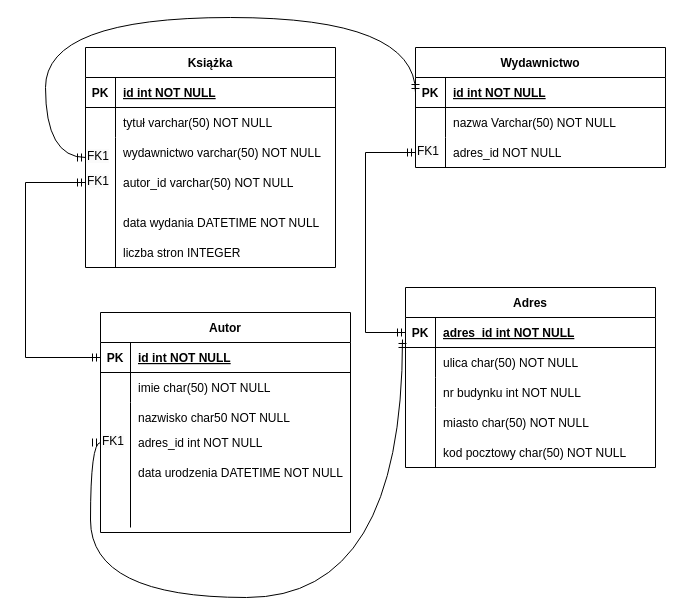
Above: lab01/Zad1.drawio in s26971/rbd_lab_tasks (draw.io), before the change. Source tidied: cells renumbered, new cells numbered last; positions are measured from the earlier drawing's top-left corner, leaving out a move shared by most shapes. Both pictures are drawn from the tidied source at 100%, with x=0, y=0 at pixel (25, 17).
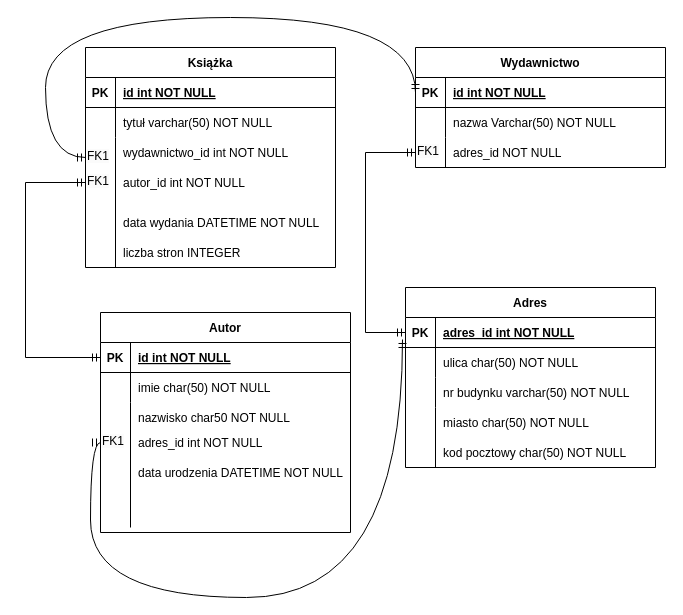
The same page after the edit.

Unchanged cells that the change refers to:
```xml
<mxCell id="3" style="shape=partialRectangle;fillColor=none;points=[[0,0.5],[1,0.5]];portConstraint=eastwest;top=0;left=0;right=0;bottom=1;" parent="2" vertex="1">
  <mxGeometry y="30" width="250" height="30" as="geometry" />
</mxCell>
<mxCell id="13" style="shape=partialRectangle;fillColor=none;points=[[0,0.5],[1,0.5]];portConstraint=eastwest;top=0;left=0;right=0;bottom=1;" parent="12" vertex="1">
  <mxGeometry y="30" width="250" height="30" as="geometry" />
</mxCell>
<mxCell id="42" style="shape=partialRectangle;fillColor=none;top=0;left=0;right=0;bottom=0;" parent="35" vertex="1">
  <mxGeometry y="90" width="250" height="30" as="geometry" />
</mxCell>
<mxCell id="56" value="&lt;span style=&quot;color: rgb(0, 0, 0); font-family: Helvetica; font-size: 12px; font-style: normal; font-variant-ligatures: normal; font-variant-caps: normal; font-weight: 400; letter-spacing: normal; orphans: 2; text-align: center; text-indent: 0px; text-transform: none; widows: 2; word-spacing: 0px; -webkit-text-stroke-width: 0px; background-color: rgb(251, 251, 251); text-decoration-thickness: initial; text-decoration-style: initial; text-decoration-color: initial; float: none; display: inline !important;&quot;&gt;FK1&lt;/span&gt;" style="text;whiteSpace=wrap;html=1;" parent="1" vertex="1">
  <mxGeometry x="60" y="125" width="30" height="30" as="geometry" />
</mxCell>
```

Change to the diagram source:
```diff
@@
-    <mxCell id="29" value="wydawnictwo varchar(50) NOT NULL" style="shape=partialRectangle;overflow=hidden;fillColor=none;top=0;left=0;bottom=0;right=0;align=left;spacingLeft=6;" parent="1" vertex="1">
+    <mxCell id="29" value="wydawnictwo_id int NOT NULL" style="shape=partialRectangle;overflow=hidden;fillColor=none;top=0;left=0;bottom=0;right=0;align=left;spacingLeft=6;" parent="1" vertex="1">
       <mxGeometry x="90" y="120" width="220" height="30" as="geometry" />
     </mxCell>
-    <mxCell id="30" value="autor_id varchar(50) NOT NULL" style="shape=partialRectangle;overflow=hidden;fillColor=none;top=0;left=0;bottom=0;right=0;align=left;spacingLeft=6;" parent="1" vertex="1">
+    <mxCell id="30" value="autor_id int NOT NULL" style="shape=partialRectangle;overflow=hidden;fillColor=none;top=0;left=0;bottom=0;right=0;align=left;spacingLeft=6;" parent="1" vertex="1">
       <mxGeometry x="90" y="150" width="220" height="30" as="geometry" />
     </mxCell>
@@
-    <mxCell id="44" value="nr budynku int NOT NULL" style="shape=partialRectangle;overflow=hidden;fillColor=none;top=0;left=0;bottom=0;right=0;align=left;spacingLeft=6;" parent="42" vertex="1">
+    <mxCell id="44" value="nr budynku varchar(50) NOT NULL" style="shape=partialRectangle;overflow=hidden;fillColor=none;top=0;left=0;bottom=0;right=0;align=left;spacingLeft=6;" parent="42" vertex="1">
       <mxGeometry x="30" width="220" height="30" as="geometry" />
     </mxCell>
@@
-    <mxCell id="50" value="&lt;span style=&quot;color: rgb(0, 0, 0); font-family: Helvetica; font-size: 12px; font-style: normal; font-variant-ligatures: normal; font-variant-caps: normal; font-weight: 400; letter-spacing: normal; orphans: 2; text-align: center; text-indent: 0px; text-transform: none; widows: 2; word-spacing: 0px; -webkit-text-stroke-width: 0px; background-color: rgb(251, 251, 251); text-decoration-thickness: initial; text-decoration-style: initial; text-decoration-color: initial; float: none; display: inline !important;&quot;&gt;FK1&lt;/span&gt;" style="text;whiteSpace=wrap;html=1;" parent="1" vertex="1">
-      <mxGeometry x="60" y="150" width="30" height="30" as="geometry" />
-    </mxCell>
@@
-    <mxCell id="52" style="fontSize=12;html=1;endArrow=ERmandOne;startArrow=ERmandOne;rounded=0;exitX=0;exitY=0.5;exitDx=0;exitDy=0;edgeStyle=elbowEdgeStyle;entryX=0;entryY=0.5;entryDx=0;entryDy=0;" parent="1" edge="1" source="13" target="50">
+    <mxCell id="52" style="fontSize=12;html=1;endArrow=ERmandOne;startArrow=ERmandOne;rounded=0;exitX=0;exitY=0.5;exitDx=0;exitDy=0;edgeStyle=elbowEdgeStyle;entryX=0;entryY=0.5;entryDx=0;entryDy=0;" parent="1" edge="1" source="13">
       <mxGeometry relative="1" as="geometry">
+        <mxPoint x="60" y="165" as="targetPoint" />
         <Array as="points">
           <mxPoint y="270" />
         </Array>
       </mxGeometry>
     </mxCell>
@@
+    <mxCell id="57" style="edgeStyle=orthogonalEdgeStyle;fontSize=12;html=1;endArrow=ERmandOne;startArrow=ERmandOne;rounded=0;entryX=0;entryY=0.5;entryDx=0;entryDy=0;exitX=0;exitY=0.5;exitDx=0;exitDy=0;curved=1;" parent="1" edge="1" target="3">
+      <mxGeometry relative="1" as="geometry">
+        <mxPoint x="60" y="140" as="sourcePoint" />
+        <Array as="points">
+          <mxPoint x="20" y="140" />
+          <mxPoint x="20" />
+          <mxPoint x="390" />
+        </Array>
+      </mxGeometry>
+    </mxCell>
@@
-    <mxCell id="57" style="edgeStyle=orthogonalEdgeStyle;fontSize=12;html=1;endArrow=ERmandOne;startArrow=ERmandOne;rounded=0;entryX=0;entryY=0.5;entryDx=0;entryDy=0;exitX=0;exitY=0.5;exitDx=0;exitDy=0;curved=1;" parent="1" edge="1" source="56" target="3">
-      <mxGeometry relative="1" as="geometry">
-        <Array as="points">
-          <mxPoint x="20" y="140" />
-          <mxPoint x="20" />
-          <mxPoint x="390" />
-        </Array>
-      </mxGeometry>
-    </mxCell>
+    <mxCell id="50" value="&lt;span style=&quot;color: rgb(0, 0, 0); font-family: Helvetica; font-size: 12px; font-style: normal; font-variant-ligatures: normal; font-variant-caps: normal; font-weight: 400; letter-spacing: normal; orphans: 2; text-align: center; text-indent: 0px; text-transform: none; widows: 2; word-spacing: 0px; -webkit-text-stroke-width: 0px; background-color: rgb(251, 251, 251); text-decoration-thickness: initial; text-decoration-style: initial; text-decoration-color: initial; float: none; display: inline !important;&quot;&gt;FK1&lt;/span&gt;" style="text;whiteSpace=wrap;html=1;" parent="1" vertex="1">
+      <mxGeometry x="60" y="150" width="30" height="30" as="geometry" />
+    </mxCell>
```
